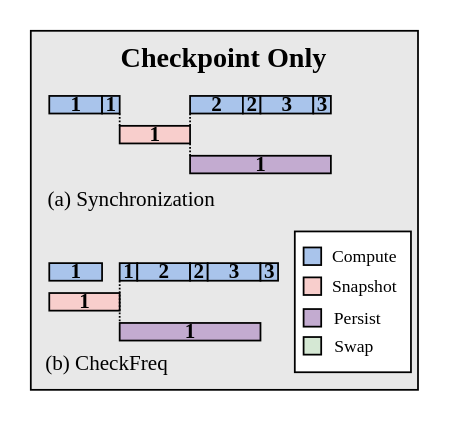
This is fig/pipeline_mot.drawio from icszhr/NCheck, a draw.io file, before an edit. Source tidied: cells renumbered, new cells numbered last; positions are measured from the earlier drawing's top-left corner, leaving out a move shared by most shapes. Both pictures are drawn from the tidied source at 176%, with x=0, y=0 at pixel (30, 30).
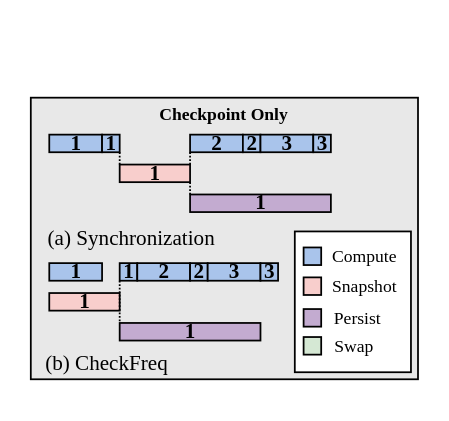
The same page after the edit.

What changed in the source:
```diff
@@
     <mxCell id="2" style="rounded=0;whiteSpace=wrap;html=1;fontFamily=Times New Roman;fillColor=#E8E8E8;fontSize=12;fontStyle=1;labelPosition=center;verticalLabelPosition=middle;align=center;verticalAlign=middle;spacing=0;" parent="1" vertex="1">
-      <mxGeometry width="220" height="204" as="geometry" />
+      <mxGeometry y="38" width="220" height="160" as="geometry" />
     </mxCell>
@@
     <mxCell id="4" value="1" style="whiteSpace=wrap;fillColor=#A9C4EB;fontFamily=Times New Roman;fontSize=12;fontStyle=1;labelPosition=center;verticalLabelPosition=middle;align=center;verticalAlign=middle;spacing=0;" parent="1" vertex="1">
-      <mxGeometry x="10.5" y="37" width="30" height="10" as="geometry" />
+      <mxGeometry x="10.5" y="59" width="30" height="10" as="geometry" />
     </mxCell>
     <mxCell id="5" value="1" style="whiteSpace=wrap;fillColor=#C3ABD0;fontFamily=Times New Roman;fontSize=12;fontStyle=1;labelPosition=center;verticalLabelPosition=middle;align=center;verticalAlign=middle;spacing=0;" parent="1" vertex="1">
-      <mxGeometry x="90.5" y="71" width="80" height="10" as="geometry" />
+      <mxGeometry x="90.5" y="93" width="80" height="10" as="geometry" />
     </mxCell>
@@
     <mxCell id="7" value="1" style="whiteSpace=wrap;fillColor=#F8CECC;fontFamily=Times New Roman;fontSize=12;fontStyle=1;labelPosition=center;verticalLabelPosition=middle;align=center;verticalAlign=middle;spacing=0;" parent="1" vertex="1">
-      <mxGeometry x="50.5" y="54" width="40" height="10" as="geometry" />
+      <mxGeometry x="50.5" y="76" width="40" height="10" as="geometry" />
     </mxCell>
@@
     <mxCell id="17" value="1" style="whiteSpace=wrap;fillColor=#A9C4EB;fontFamily=Times New Roman;fontSize=12;fontStyle=1;labelPosition=center;verticalLabelPosition=middle;align=center;verticalAlign=middle;spacing=0;" parent="1" vertex="1">
-      <mxGeometry x="40.5" y="37" width="10" height="10" as="geometry" />
+      <mxGeometry x="40.5" y="59" width="10" height="10" as="geometry" />
     </mxCell>
@@
     <mxCell id="19" value="2" style="whiteSpace=wrap;fillColor=#A9C4EB;fontFamily=Times New Roman;fontSize=12;fontStyle=1;labelPosition=center;verticalLabelPosition=middle;align=center;verticalAlign=middle;spacing=0;" parent="1" vertex="1">
-      <mxGeometry x="90.5" y="37" width="30" height="10" as="geometry" />
+      <mxGeometry x="90.5" y="59" width="30" height="10" as="geometry" />
     </mxCell>
     <mxCell id="20" value="2" style="whiteSpace=wrap;fillColor=#A9C4EB;fontFamily=Times New Roman;fontSize=12;fontStyle=1;labelPosition=center;verticalLabelPosition=middle;align=center;verticalAlign=middle;spacing=0;" parent="1" vertex="1">
-      <mxGeometry x="120.5" y="37" width="10" height="10" as="geometry" />
+      <mxGeometry x="120.5" y="59" width="10" height="10" as="geometry" />
     </mxCell>
     <mxCell id="21" value="3" style="whiteSpace=wrap;fillColor=#A9C4EB;fontFamily=Times New Roman;fontSize=12;fontStyle=1;labelPosition=center;verticalLabelPosition=middle;align=center;verticalAlign=middle;spacing=0;" parent="1" vertex="1">
-      <mxGeometry x="130.5" y="37" width="30" height="10" as="geometry" />
+      <mxGeometry x="130.5" y="59" width="30" height="10" as="geometry" />
     </mxCell>
     <mxCell id="22" value="3" style="whiteSpace=wrap;fillColor=#A9C4EB;fontFamily=Times New Roman;fontSize=12;fontStyle=1;labelPosition=center;verticalLabelPosition=middle;align=center;verticalAlign=middle;spacing=0;" parent="1" vertex="1">
-      <mxGeometry x="160.5" y="37" width="10" height="10" as="geometry" />
+      <mxGeometry x="160.5" y="59" width="10" height="10" as="geometry" />
     </mxCell>
     <mxCell id="23" value="(a) Synchronization" style="text;html=1;align=center;verticalAlign=middle;whiteSpace=wrap;rounded=0;fontFamily=Times New Roman;fontSize=12;fontStyle=0;labelPosition=center;verticalLabelPosition=middle;spacing=0;" parent="1" vertex="1">
-      <mxGeometry x="6" y="81" width="103" height="30" as="geometry" />
+      <mxGeometry x="6" y="103" width="103" height="30" as="geometry" />
     </mxCell>
@@
-    <mxCell id="34" value="&lt;font style=&quot;font-size: 16px;&quot;&gt;&lt;b&gt;Checkpoint Only&lt;/b&gt;&lt;/font&gt;" style="text;html=1;align=center;verticalAlign=middle;whiteSpace=wrap;rounded=0;fontFamily=Times New Roman;" parent="1" vertex="1">
-      <mxGeometry x="45" width="130" height="30" as="geometry" />
+    <mxCell id="34" value="&lt;font size=&quot;1&quot; style=&quot;&quot;&gt;&lt;b style=&quot;&quot;&gt;Checkpoint Only&lt;/b&gt;&lt;/font&gt;" style="text;html=1;align=center;verticalAlign=middle;whiteSpace=wrap;rounded=0;fontFamily=Times New Roman;" parent="1" vertex="1">
+      <mxGeometry x="45" y="42" width="130" height="10" as="geometry" />
     </mxCell>
```
